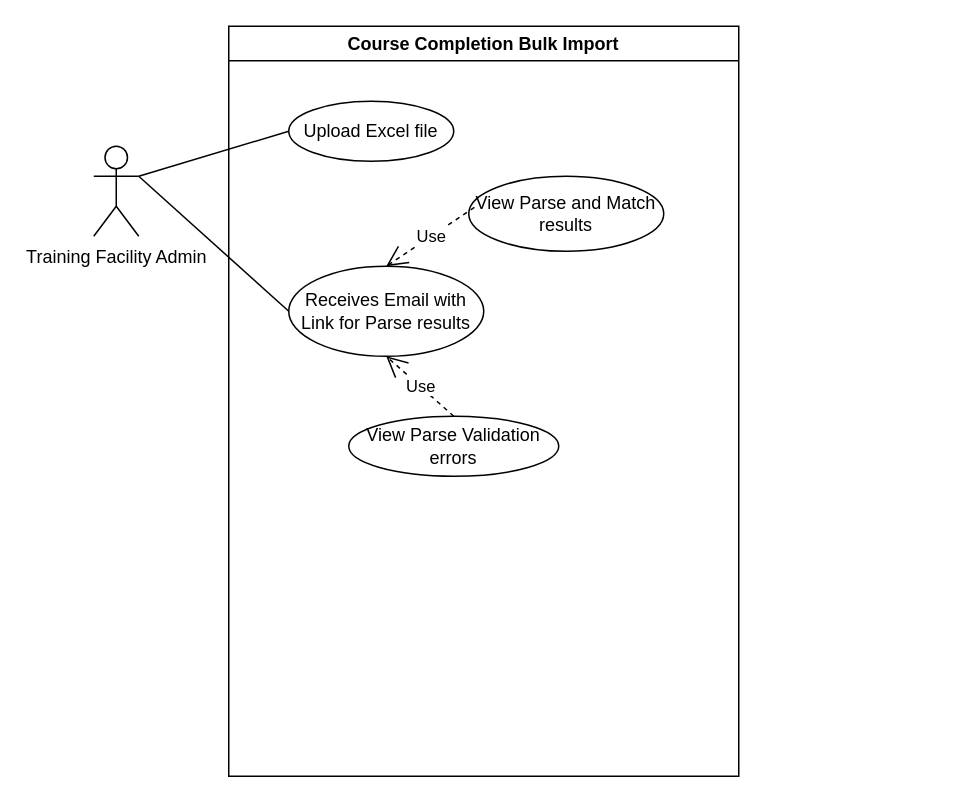
This is page "Use Cases" (1 of 2) of Untitled Diagram.drawio from marcorok/DesignPatternsImplementation, a draw.io file, before an edit. Source tidied: cells renumbered, new cells numbered last; positions are measured from the earlier drawing's top-left corner, leaving out a move shared by most shapes. Both pictures are drawn from the tidied source at 150%, with x=0, y=0 at pixel (93, 26).
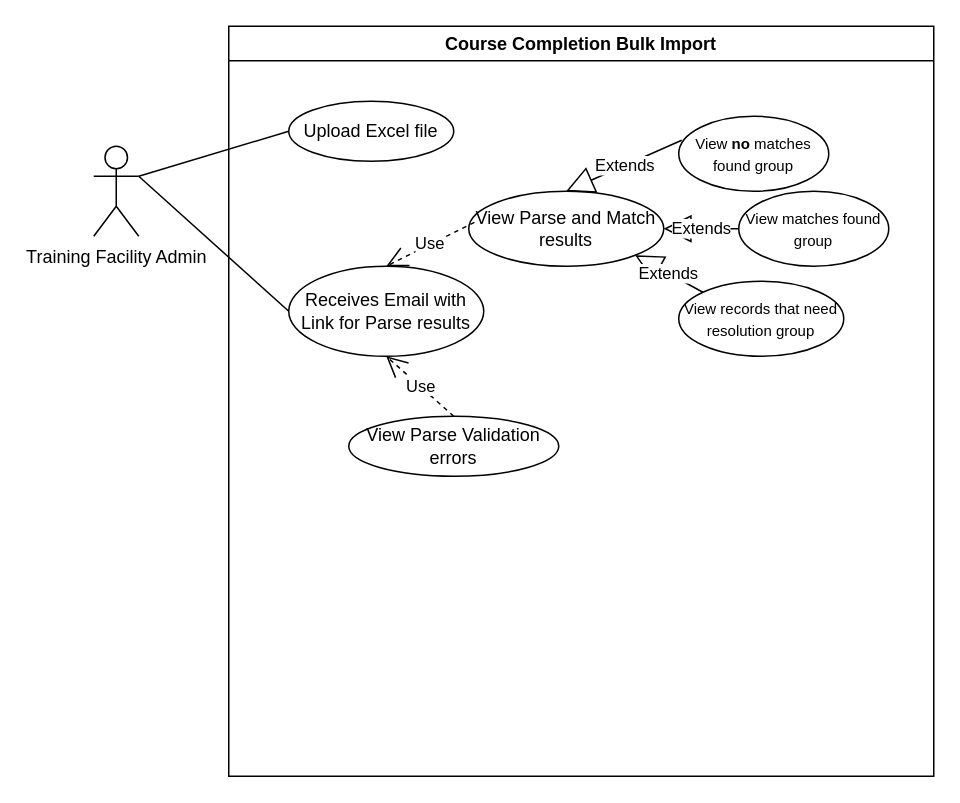
The same page after the edit.

What changed in the source:
```diff
@@
 <mxGraphModel>
   <root>
     <mxCell id="0" />
     <mxCell id="1" parent="0" />
     <mxCell id="2" value="Course Completion Bulk Import" style="swimlane;whiteSpace=wrap;html=1;" parent="1" vertex="1">
-      <mxGeometry x="90" width="340" height="500" as="geometry" />
+      <mxGeometry x="90" width="470" height="500" as="geometry" />
     </mxCell>
     <mxCell id="3" value="Upload Excel file" style="ellipse;whiteSpace=wrap;html=1;" parent="2" vertex="1">
       <mxGeometry x="40" y="50" width="110" height="40" as="geometry" />
     </mxCell>
     <mxCell id="4" value="Receives Email with Link for Parse results" style="ellipse;whiteSpace=wrap;html=1;" parent="2" vertex="1">
       <mxGeometry x="40" y="160" width="130" height="60" as="geometry" />
     </mxCell>
     <mxCell id="5" value="View Parse Validation errors" style="ellipse;whiteSpace=wrap;html=1;" parent="2" vertex="1">
       <mxGeometry x="80" y="260" width="140" height="40" as="geometry" />
     </mxCell>
     <mxCell id="6" value="Use" style="endArrow=open;endSize=12;dashed=1;html=1;rounded=0;entryX=0.5;entryY=1;entryDx=0;entryDy=0;exitX=0.5;exitY=0;exitDx=0;exitDy=0;" parent="2" edge="1" source="5" target="4">
       <mxGeometry relative="1" as="geometry" />
     </mxCell>
     <mxCell id="7" value="View Parse and Match results" style="ellipse;whiteSpace=wrap;html=1;" parent="2" vertex="1">
-      <mxGeometry x="160" y="100" width="130" height="50" as="geometry" />
+      <mxGeometry x="160" y="110" width="130" height="50" as="geometry" />
     </mxCell>
     <mxCell id="8" value="Use" style="endArrow=open;endSize=12;dashed=1;html=1;rounded=0;entryX=0.5;entryY=0;entryDx=0;entryDy=0;exitX=0.029;exitY=0.414;exitDx=0;exitDy=0;exitPerimeter=0;" parent="2" edge="1" source="7" target="4">
       <mxGeometry relative="1" as="geometry" />
     </mxCell>
+    <mxCell id="12" value="&lt;font style=&quot;font-size: 10px;&quot;&gt;View &lt;b&gt;no&lt;/b&gt; matches found group&lt;/font&gt;" style="ellipse;whiteSpace=wrap;html=1;" parent="2" vertex="1">
+      <mxGeometry x="300" y="60" width="100" height="50" as="geometry" />
+    </mxCell>
+    <mxCell id="13" value="&lt;font style=&quot;font-size: 10px;&quot;&gt;View matches found group&lt;/font&gt;" style="ellipse;whiteSpace=wrap;html=1;" parent="2" vertex="1">
+      <mxGeometry x="340" y="110" width="100" height="50" as="geometry" />
+    </mxCell>
+    <mxCell id="14" value="&lt;font style=&quot;font-size: 10px;&quot;&gt;View records that need resolution group&lt;/font&gt;" style="ellipse;whiteSpace=wrap;html=1;" parent="2" vertex="1">
+      <mxGeometry x="300" y="170" width="110" height="50" as="geometry" />
+    </mxCell>
+    <mxCell id="15" value="Extends" style="endArrow=block;endSize=16;endFill=0;html=1;rounded=0;exitX=0.02;exitY=0.32;exitDx=0;exitDy=0;exitPerimeter=0;entryX=0.5;entryY=0;entryDx=0;entryDy=0;" parent="2" edge="1" source="12" target="7">
+      <mxGeometry relative="1" as="geometry" />
+    </mxCell>
+    <mxCell id="16" value="Extends" style="endArrow=block;endSize=16;endFill=0;html=1;rounded=0;exitX=0;exitY=0.5;exitDx=0;exitDy=0;entryX=1;entryY=0.5;entryDx=0;entryDy=0;" parent="2" edge="1" source="13" target="7">
+      <mxGeometry relative="1" as="geometry" />
+    </mxCell>
+    <mxCell id="17" value="Extends" style="endArrow=block;endSize=16;endFill=0;html=1;rounded=0;exitX=0;exitY=0;exitDx=0;exitDy=0;entryX=1;entryY=1;entryDx=0;entryDy=0;" parent="2" edge="1" source="14" target="7">
+      <mxGeometry relative="1" as="geometry" />
+    </mxCell>
     <mxCell id="9" value="Training Facility Admin" style="shape=umlActor;verticalLabelPosition=bottom;verticalAlign=top;html=1;outlineConnect=0;" parent="1" vertex="1">
       <mxGeometry y="80" width="30" height="60" as="geometry" />
     </mxCell>
     <mxCell id="10" style="endArrow=none;html=1;rounded=0;entryX=0;entryY=0.5;entryDx=0;entryDy=0;exitX=1;exitY=0.3333333333333333;exitDx=0;exitDy=0;exitPerimeter=0;" parent="1" edge="1" source="9" target="4">
       <mxGeometry relative="1" as="geometry" />
     </mxCell>
     <mxCell id="11" style="endArrow=none;html=1;rounded=0;entryX=0;entryY=0.5;entryDx=0;entryDy=0;exitX=1;exitY=0.3333333333333333;exitDx=0;exitDy=0;exitPerimeter=0;" parent="1" edge="1" source="9" target="3">
       <mxGeometry relative="1" as="geometry" />
     </mxCell>
   </root>
 </mxGraphModel>
```
